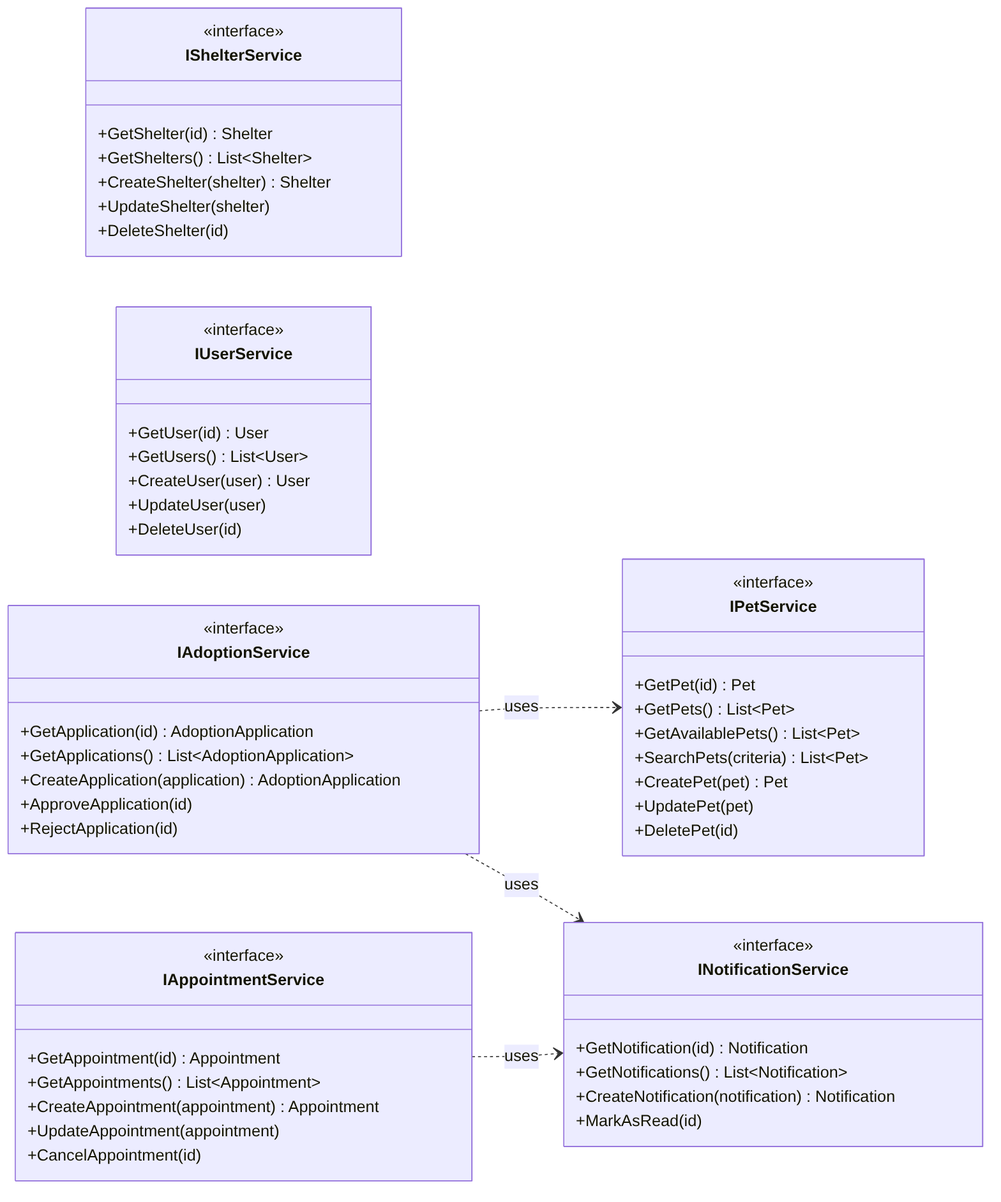
The Mermaid diagram docs/diagrams/services-class-diagram.png in AidinYaseri/Team-5-Web-Programming, before a commit. Its source is kept beside it as docs/diagrams/services-class-diagram.mmd.
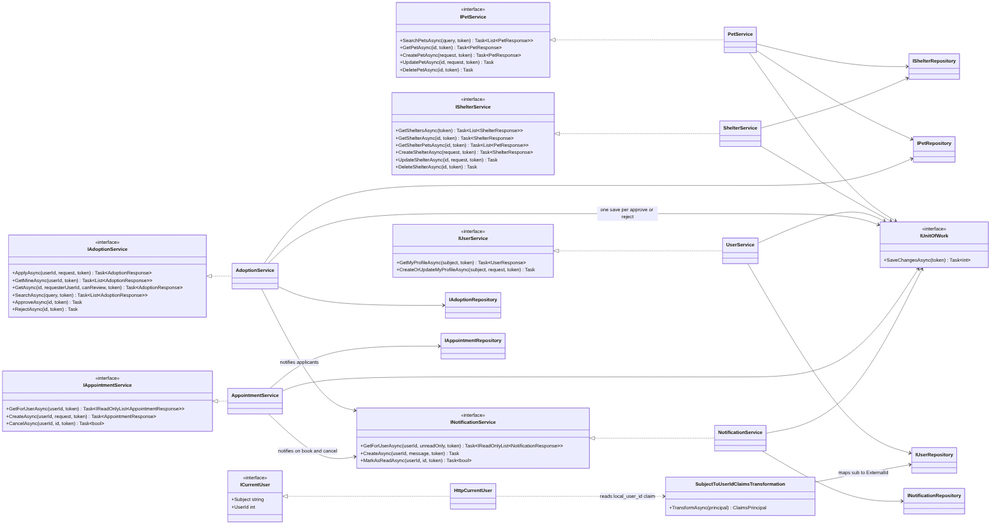
The same diagram one commit later.

What changed in the source:
```diff
@@ -8,6 +8,29 @@
         +CreatePetAsync(request, token) Task~PetResponse~
         +UpdatePetAsync(id, request, token) Task
         +DeletePetAsync(id, token) Task
+    }
+    class IShelterService {
+        <<interface>>
+        +GetSheltersAsync(token) Task~List~ShelterResponse~~
+        +GetShelterAsync(id, token) Task~ShelterResponse~
+        +GetShelterPetsAsync(id, token) Task~List~PetResponse~~
+        +CreateShelterAsync(request, token) Task~ShelterResponse~
+        +UpdateShelterAsync(id, request, token) Task
+        +DeleteShelterAsync(id, token) Task
+    }
+    class IUserService {
+        <<interface>>
+        +GetMyProfileAsync(subject, token) Task~UserResponse~
+        +CreateOrUpdateMyProfileAsync(subject, request, token) Task
+    }
+    class IAdoptionService {
+        <<interface>>
+        +ApplyAsync(userId, request, token) Task~AdoptionResponse~
+        +GetMineAsync(userId, token) Task~List~AdoptionResponse~~
+        +GetAsync(id, requesterUserId, canReview, token) Task~AdoptionResponse~
+        +SearchAsync(query, token) Task~List~AdoptionResponse~~
+        +ApproveAsync(id, token) Task
+        +RejectAsync(id, token) Task
     }
     class IAppointmentService {
         <<interface>>
@@ -21,45 +44,42 @@
         +CreateAsync(userId, message, token) Task
         +MarkAsReadAsync(userId, id, token) Task~bool~
     }
-    class PetService
-    class AppointmentService
-    class NotificationService
+    class ICurrentUser {
+        <<interface>>
+        +Subject string
+        +UserId int
+    }
     class SubjectToUserIdClaimsTransformation {
         +TransformAsync(principal) ClaimsPrincipal
     }
-    class HttpCurrentUser {
-        +UserId int
-    }
-    class IUserRepository {
-        <<interface>>
-        +GetByExternalIdAsync(sub, token) Task~User~
-    }
-    class UserRepository
     class IUnitOfWork {
         <<interface>>
         +SaveChangesAsync(token) Task~int~
     }
-    class IAppointmentRepository {
-        <<interface>>
-        +GetForUserAsync(userId, token)
-        +GetForUserAsync(userId, appointmentId, token)
-        +IsSlotTakenAsync(shelterId, date, token)
-    }
-    class INotificationRepository {
-        <<interface>>
-        +GetForUserAsync(userId, unreadOnly, token)
-        +GetForUserAsync(userId, notificationId, token)
-        +Add(notification)
-    }
 
     IPetService <|.. PetService
+    IShelterService <|.. ShelterService
+    IUserService <|.. UserService
+    IAdoptionService <|.. AdoptionService
     IAppointmentService <|.. AppointmentService
     INotificationService <|.. NotificationService
-    IUserRepository <|.. UserRepository
+    ICurrentUser <|.. HttpCurrentUser
+
+    PetService --> IPetRepository
+    PetService --> IShelterRepository
+    ShelterService --> IShelterRepository
+    UserService --> IUserRepository
+    AdoptionService --> IAdoptionRepository
+    AdoptionService --> IPetRepository
+    AdoptionService --> INotificationService : notifies applicants
     AppointmentService --> IAppointmentRepository
-    AppointmentService --> INotificationService : creates booking updates
-    AppointmentService --> IUnitOfWork : saves appointment and notification once
+    AppointmentService --> INotificationService : notifies on book and cancel
     NotificationService --> INotificationRepository
-    NotificationService --> IUnitOfWork : saves read status changes
+    PetService --> IUnitOfWork
+    ShelterService --> IUnitOfWork
+    UserService --> IUnitOfWork
+    AdoptionService --> IUnitOfWork : one save per approve or reject
+    AppointmentService --> IUnitOfWork
+    NotificationService --> IUnitOfWork
     SubjectToUserIdClaimsTransformation --> IUserRepository : maps sub to ExternalId
-    HttpCurrentUser --> SubjectToUserIdClaimsTransformation : reads local-user claim
+    HttpCurrentUser ..> SubjectToUserIdClaimsTransformation : reads local_user_id claim
```
